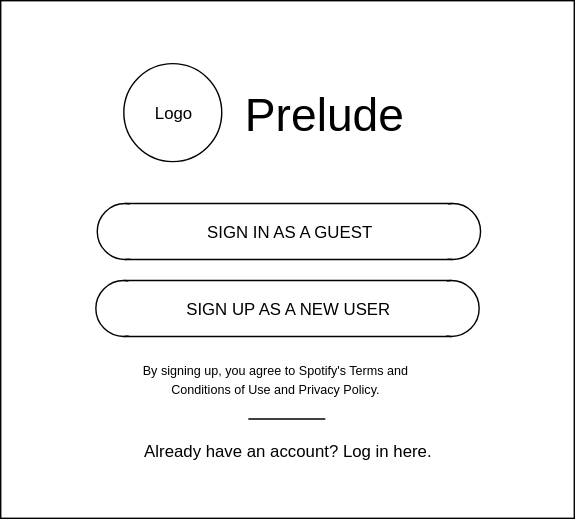
The draw.io diagram docs/wireframes/login_screens/signup_flow.svg in the-big-l/prelude, before a commit. Source tidied: cells renumbered, new cells last; positions are measured from the earlier drawing's top-left corner, leaving out a move shared by most shapes. The source it was exported from:
```xml
<mxGraphModel background="#ffffff">
  <root>
    <mxCell id="0" />
    <mxCell id="1" parent="0" />
    <mxCell id="2" style="whiteSpace=wrap;html=1;rounded=0;" parent="1" vertex="1">
      <mxGeometry width="410" height="370" as="geometry" />
    </mxCell>
    <mxCell id="3" style="ellipse;whiteSpace=wrap;html=1;rounded=0;shadow=0;glass=0;comic=0;fillColor=#ffffff;gradientColor=#ffffff;" parent="1" vertex="1">
      <mxGeometry x="69" y="145" width="40" height="40" as="geometry" />
    </mxCell>
    <mxCell id="4" style="ellipse;whiteSpace=wrap;html=1;rounded=0;shadow=0;glass=0;comic=0;fillColor=#ffffff;gradientColor=#ffffff;" parent="1" vertex="1">
      <mxGeometry x="303" y="145" width="40" height="40" as="geometry" />
    </mxCell>
    <mxCell id="5" value="SIGN IN AS A GUEST" style="rounded=1;whiteSpace=wrap;html=1;fillColor=#ffffff;gradientColor=#ffffff;glass=0;comic=0;shadow=0;strokeColor=none;align=center;" parent="1" vertex="1">
      <mxGeometry x="89" y="145" width="234" height="40" as="geometry" />
    </mxCell>
    <mxCell id="6" style="line;strokeWidth=1;html=1;rounded=0;shadow=0;glass=0;comic=0;fillColor=#ffffff;gradientColor=#ffffff;" parent="1" vertex="1">
      <mxGeometry x="89" y="140" width="234" height="10" as="geometry" />
    </mxCell>
    <mxCell id="7" style="line;strokeWidth=1;html=1;rounded=0;shadow=0;glass=0;comic=0;fillColor=#ffffff;gradientColor=#ffffff;" parent="1" vertex="1">
      <mxGeometry x="89" y="180" width="234" height="10" as="geometry" />
    </mxCell>
    <mxCell id="8" style="ellipse;whiteSpace=wrap;html=1;rounded=0;shadow=0;glass=0;comic=0;fillColor=#ffffff;gradientColor=#ffffff;" parent="1" vertex="1">
      <mxGeometry x="68" y="200" width="40" height="40" as="geometry" />
    </mxCell>
    <mxCell id="9" style="ellipse;whiteSpace=wrap;html=1;rounded=0;shadow=0;glass=0;comic=0;fillColor=#ffffff;gradientColor=#ffffff;" parent="1" vertex="1">
      <mxGeometry x="302" y="200" width="40" height="40" as="geometry" />
    </mxCell>
    <mxCell id="10" value="SIGN UP AS A NEW USER" style="rounded=1;whiteSpace=wrap;html=1;fillColor=#ffffff;gradientColor=#ffffff;glass=0;comic=0;shadow=0;strokeColor=none;align=center;" parent="1" vertex="1">
      <mxGeometry x="88" y="200" width="234" height="40" as="geometry" />
    </mxCell>
    <mxCell id="11" style="line;strokeWidth=1;html=1;rounded=0;shadow=0;glass=0;comic=0;fillColor=#ffffff;gradientColor=#ffffff;" parent="1" vertex="1">
      <mxGeometry x="88" y="195" width="234" height="10" as="geometry" />
    </mxCell>
    <mxCell id="12" style="line;strokeWidth=1;html=1;rounded=0;shadow=0;glass=0;comic=0;fillColor=#ffffff;gradientColor=#ffffff;" parent="1" vertex="1">
      <mxGeometry x="88" y="235" width="234" height="10" as="geometry" />
    </mxCell>
    <mxCell id="13" value="Logo" style="ellipse;whiteSpace=wrap;html=1;rounded=0;shadow=0;glass=0;comic=0;strokeColor=#000000;strokeWidth=1;fillColor=#ffffff;gradientColor=#ffffff;" parent="1" vertex="1">
      <mxGeometry x="88" y="45" width="70" height="70" as="geometry" />
    </mxCell>
    <mxCell id="14" value="&lt;font style=&quot;font-size: 33px&quot;&gt;Prelude&lt;/font&gt;" style="text;html=1;align=left;verticalAlign=top;spacingTop=-4;" parent="1" vertex="1">
      <mxGeometry x="173" y="60" width="130" height="20" as="geometry" />
    </mxCell>
    <mxCell id="15" value="Already have an account? Log in here." style="text;html=1;align=center;verticalAlign=top;spacingTop=-4;" parent="1" vertex="1">
      <mxGeometry x="95" y="313" width="220" height="20" as="geometry" />
    </mxCell>
    <mxCell id="16" style="line;strokeWidth=1;html=1;rounded=0;shadow=0;glass=0;comic=0;fillColor=#ffffff;gradientColor=#ffffff;" parent="1" vertex="1">
      <mxGeometry x="177" y="294" width="55" height="10" as="geometry" />
    </mxCell>
    <mxCell id="17" value="&lt;div style=&quot;text-align: center&quot;&gt;&lt;font style=&quot;font-size: 9px&quot;&gt;By signing up, you agree to Spotify's Terms and&lt;/font&gt;&lt;/div&gt;&lt;div&gt;&lt;div style=&quot;text-align: center&quot;&gt;&lt;font style=&quot;font-size: 9px&quot;&gt;Conditions of Use and Privacy Policy.&lt;/font&gt;&lt;/div&gt;&lt;/div&gt;" style="text;html=1;align=left;verticalAlign=top;spacingTop=-4;" parent="1" vertex="1">
      <mxGeometry x="100" y="254" width="210" height="30" as="geometry" />
    </mxCell>
  </root>
</mxGraphModel>
```
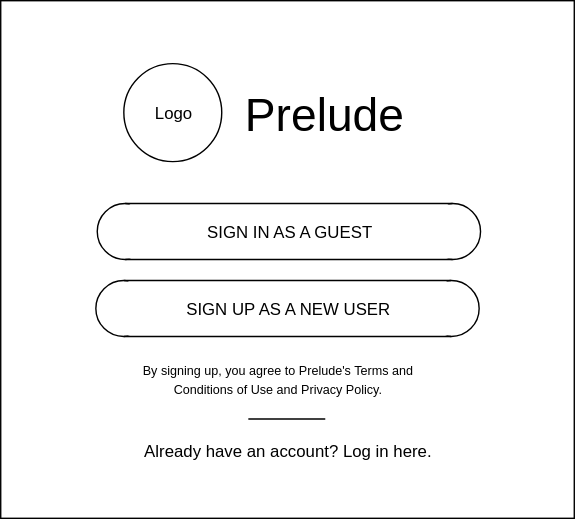
After the commit.

Commit message:
remove reference to Spotify

Change to the diagram source:
```diff
@@ -47,7 +47,7 @@
     <mxCell id="16" style="line;strokeWidth=1;html=1;rounded=0;shadow=0;glass=0;comic=0;fillColor=#ffffff;gradientColor=#ffffff;" parent="1" vertex="1">
       <mxGeometry x="177" y="294" width="55" height="10" as="geometry" />
     </mxCell>
-    <mxCell id="17" value="&lt;div style=&quot;text-align: center&quot;&gt;&lt;font style=&quot;font-size: 9px&quot;&gt;By signing up, you agree to Spotify's Terms and&lt;/font&gt;&lt;/div&gt;&lt;div&gt;&lt;div style=&quot;text-align: center&quot;&gt;&lt;font style=&quot;font-size: 9px&quot;&gt;Conditions of Use and Privacy Policy.&lt;/font&gt;&lt;/div&gt;&lt;/div&gt;" style="text;html=1;align=left;verticalAlign=top;spacingTop=-4;" parent="1" vertex="1">
+    <mxCell id="17" value="&lt;div style=&quot;text-align: center&quot;&gt;&lt;font style=&quot;font-size: 9px&quot;&gt;By signing up, you agree to Prelude's Terms and&lt;/font&gt;&lt;/div&gt;&lt;div&gt;&lt;div style=&quot;text-align: center&quot;&gt;&lt;font style=&quot;font-size: 9px&quot;&gt;Conditions of Use and Privacy Policy.&lt;/font&gt;&lt;/div&gt;&lt;/div&gt;" style="text;html=1;align=left;verticalAlign=top;spacingTop=-4;" parent="1" vertex="1">
       <mxGeometry x="100" y="254" width="210" height="30" as="geometry" />
     </mxCell>
   </root>
```
